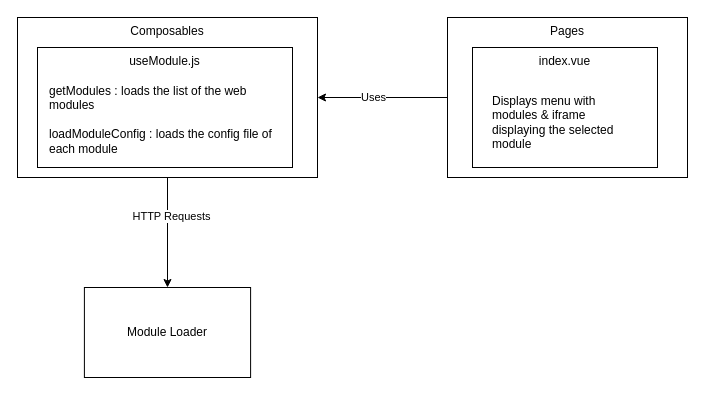
Earlier version of the draw.io diagram drawio/uccnuxt.drawio (ThomasColin1/rapport_pfe). Source tidied: cells renumbered, new cells numbered last; positions are measured from the earlier drawing's top-left corner, leaving out a move shared by most shapes. Both pictures are drawn from the tidied source at 100%, with x=0, y=0 at pixel (17, 17).
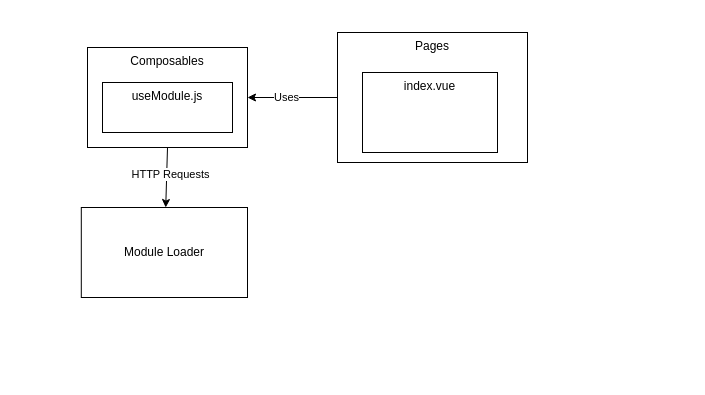
After the change.

Change to the diagram source:
```diff
@@
 <mxGraphModel>
   <root>
     <mxCell id="0" />
     <mxCell id="1" parent="0" />
     <mxCell id="2" style="edgeStyle=none;html=1;exitX=0.5;exitY=1;exitDx=0;exitDy=0;" parent="1" edge="1" source="4" target="12">
       <mxGeometry relative="1" as="geometry" />
     </mxCell>
     <mxCell id="3" value="HTTP Requests" style="edgeLabel;html=1;align=center;verticalAlign=middle;" parent="2" vertex="1">
-      <mxGeometry x="-0.31" y="3" relative="1" as="geometry" />
+      <mxGeometry x="-0.31" y="3" relative="1" as="geometry">
+        <mxPoint y="5" as="offset" />
+      </mxGeometry>
     </mxCell>
     <mxCell id="4" value="Composables&lt;br&gt;" style="whiteSpace=wrap;html=1;verticalAlign=top;" parent="1" vertex="1">
-      <mxGeometry width="300" height="160" as="geometry" />
+      <mxGeometry x="70" y="30" width="160" height="100" as="geometry" />
     </mxCell>
     <mxCell id="5" style="edgeStyle=none;html=1;exitX=0;exitY=0.5;exitDx=0;exitDy=0;" parent="1" edge="1" source="7" target="4">
       <mxGeometry relative="1" as="geometry" />
     </mxCell>
     <mxCell id="6" value="Uses" style="edgeLabel;html=1;align=center;verticalAlign=middle;" parent="5" vertex="1">
       <mxGeometry x="0.15" y="-1" relative="1" as="geometry" />
     </mxCell>
     <mxCell id="7" value="Pages" style="whiteSpace=wrap;html=1;verticalAlign=top;" parent="1" vertex="1">
-      <mxGeometry x="430" width="240" height="160" as="geometry" />
+      <mxGeometry x="320" y="15" width="190" height="130" as="geometry" />
     </mxCell>
     <mxCell id="8" value="index.vue&lt;br&gt;" style="whiteSpace=wrap;html=1;verticalAlign=top;" parent="1" vertex="1">
-      <mxGeometry x="455" y="30" width="185" height="120" as="geometry" />
+      <mxGeometry x="345" y="55" width="135" height="80" as="geometry" />
     </mxCell>
-    <mxCell id="9" value="Displays menu with modules &amp;amp; iframe displaying the selected module" style="text;strokeColor=none;align=left;fillColor=none;html=1;verticalAlign=top;whiteSpace=wrap;rounded=0;" parent="1" vertex="1">
-      <mxGeometry x="472.5" y="70" width="150" height="70" as="geometry" />
-    </mxCell>
     <mxCell id="10" value="useModule.js&lt;br&gt;" style="whiteSpace=wrap;html=1;verticalAlign=top;" parent="1" vertex="1">
-      <mxGeometry x="20" y="30" width="255" height="120" as="geometry" />
+      <mxGeometry x="85" y="65" width="130" height="50" as="geometry" />
     </mxCell>
-    <mxCell id="11" value="getModules : loads the list of the web modules&lt;br&gt;&lt;br&gt;loadModuleConfig : loads the config file of each module" style="text;strokeColor=none;align=left;fillColor=none;html=1;verticalAlign=top;whiteSpace=wrap;rounded=0;" parent="1" vertex="1">
-      <mxGeometry x="30" y="60" width="227.5" height="80" as="geometry" />
-    </mxCell>
     <mxCell id="12" value="Module Loader" style="whiteSpace=wrap;html=1;verticalAlign=middle;" parent="1" vertex="1">
-      <mxGeometry x="66.9" y="270" width="166.2" height="90" as="geometry" />
+      <mxGeometry x="63.8" y="190" width="166.2" height="90" as="geometry" />
     </mxCell>
   </root>
 </mxGraphModel>
```
